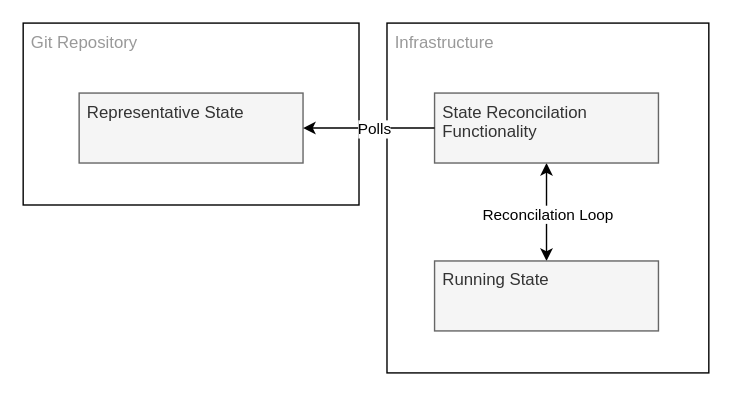
Before: docs/gitops-pull.drawio.svg, a diagram exported from draw.io (danielloader/kubernetes-sdlc). Source tidied: cells renumbered, new cells last; positions are measured from the earlier drawing's top-left corner, leaving out a move shared by most shapes.
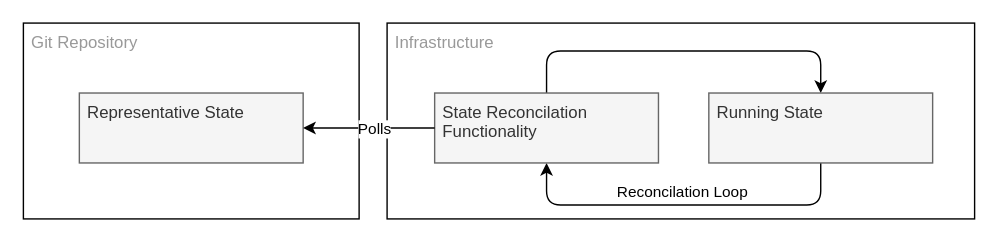
After the commit.

What changed in the source:
```diff
@@ -3,22 +3,35 @@
     <mxCell id="0" />
     <mxCell id="1" parent="0" />
     <mxCell id="2" value="Infrastructure" style="rounded=0;whiteSpace=wrap;html=1;verticalAlign=top;align=left;spacingLeft=4;fontColor=#999999;" parent="1" vertex="1">
-      <mxGeometry x="260" width="230" height="250" as="geometry" />
+      <mxGeometry x="260" width="420" height="140" as="geometry" />
     </mxCell>
     <mxCell id="3" value="Git Repository" style="rounded=0;whiteSpace=wrap;html=1;horizontal=1;verticalAlign=top;align=left;spacingLeft=4;fontColor=#999999;" parent="1" vertex="1">
-      <mxGeometry width="240" height="130" as="geometry" />
+      <mxGeometry width="240" height="140" as="geometry" />
     </mxCell>
     <mxCell id="4" value="Representative State" style="rounded=0;whiteSpace=wrap;html=1;verticalAlign=top;align=left;spacingLeft=4;fillColor=#f5f5f5;strokeColor=#666666;fontColor=#333333;" parent="1" vertex="1">
       <mxGeometry x="40" y="50" width="160" height="50" as="geometry" />
     </mxCell>
-    <mxCell id="5" style="edgeStyle=none;html=1;startArrow=classic;startFill=1;" parent="1" edge="1" source="7" target="10">
-      <mxGeometry relative="1" as="geometry" />
-    </mxCell>
+    <mxCell id="11" style="edgeStyle=orthogonalEdgeStyle;html=1;entryX=0.5;entryY=1;entryDx=0;entryDy=0;exitX=0.5;exitY=1;exitDx=0;exitDy=0;startArrow=classic;startFill=1;endArrow=none;endFill=0;" parent="1" edge="1" source="7" target="10">
+      <mxGeometry relative="1" as="geometry">
+        <Array as="points">
+          <mxPoint x="374" y="130" />
+          <mxPoint x="570" y="130" />
+        </Array>
+      </mxGeometry>
+    </mxCell>
-    <mxCell id="6" value="Reconcilation Loop" style="edgeLabel;html=1;align=center;verticalAlign=middle;" parent="5" vertex="1">
-      <mxGeometry x="-0.1" relative="1" as="geometry">
-        <mxPoint y="4" as="offset" />
+    <mxCell id="6" value="Reconcilation Loop" style="edgeLabel;html=1;align=center;verticalAlign=middle;" parent="11" vertex="1">
+      <mxGeometry x="-0.14" y="2" relative="1" as="geometry">
+        <mxPoint x="16" y="-8" as="offset" />
       </mxGeometry>
     </mxCell>
+    <mxCell id="12" style="edgeStyle=orthogonalEdgeStyle;html=1;entryX=0.5;entryY=0;entryDx=0;entryDy=0;startArrow=none;startFill=0;exitX=0.5;exitY=0;exitDx=0;exitDy=0;" parent="1" edge="1" source="7" target="10">
+      <mxGeometry relative="1" as="geometry">
+        <Array as="points">
+          <mxPoint x="374" y="20" />
+          <mxPoint x="570" y="20" />
+        </Array>
+      </mxGeometry>
+    </mxCell>
     <mxCell id="7" value="State Reconcilation Functionality" style="rounded=0;whiteSpace=wrap;html=1;verticalAlign=top;align=left;spacingLeft=4;fillColor=#f5f5f5;fontColor=#333333;strokeColor=#666666;" parent="1" vertex="1">
       <mxGeometry x="294" y="50" width="160" height="50" as="geometry" />
     </mxCell>
@@ -31,7 +44,7 @@
       </mxGeometry>
     </mxCell>
     <mxCell id="10" value="Running State" style="rounded=0;whiteSpace=wrap;html=1;verticalAlign=top;align=left;spacingLeft=4;fillColor=#f5f5f5;fontColor=#333333;strokeColor=#666666;" parent="1" vertex="1">
-      <mxGeometry x="294" y="170" width="160" height="50" as="geometry" />
+      <mxGeometry x="490" y="50" width="160" height="50" as="geometry" />
     </mxCell>
   </root>
 </mxGraphModel>
```
